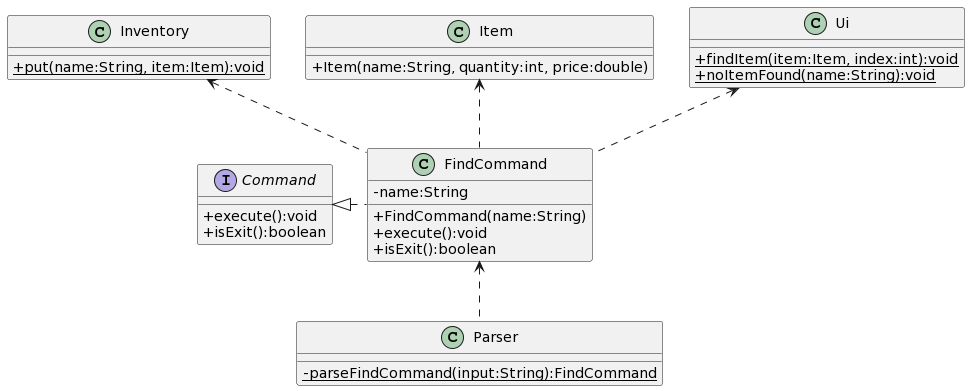
nus-cs2113-AY2324S2/tp keeps this PlantUML diagram as docs/uml-diagrams/FindCommandClass.png. Above is the earlier version.
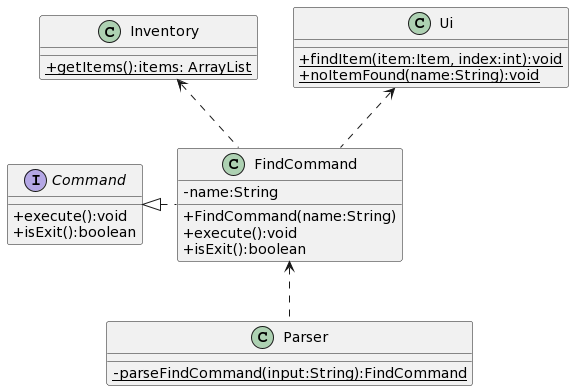
Above is the later version.

What changed in the source:
```diff
@@ -3,14 +3,12 @@
 
 abstract class Command
 class Inventory
-class Item
 class FindCommand
 class Parser
 class Ui
 
 Command <|. FindCommand
 Inventory <.. FindCommand
-Item <.. FindCommand
 Ui <.. FindCommand
 FindCommand <.. Parser
 
@@ -26,12 +24,8 @@
     +isExit():boolean
 }
 
-class Item {
-    +Item(name:String, quantity:int, price:double)
-}
-
 class Inventory {
-    {static}+put(name:String, item:Item):void
+    {static}+getItems():items: ArrayList
 }
 
 class Ui {
```
